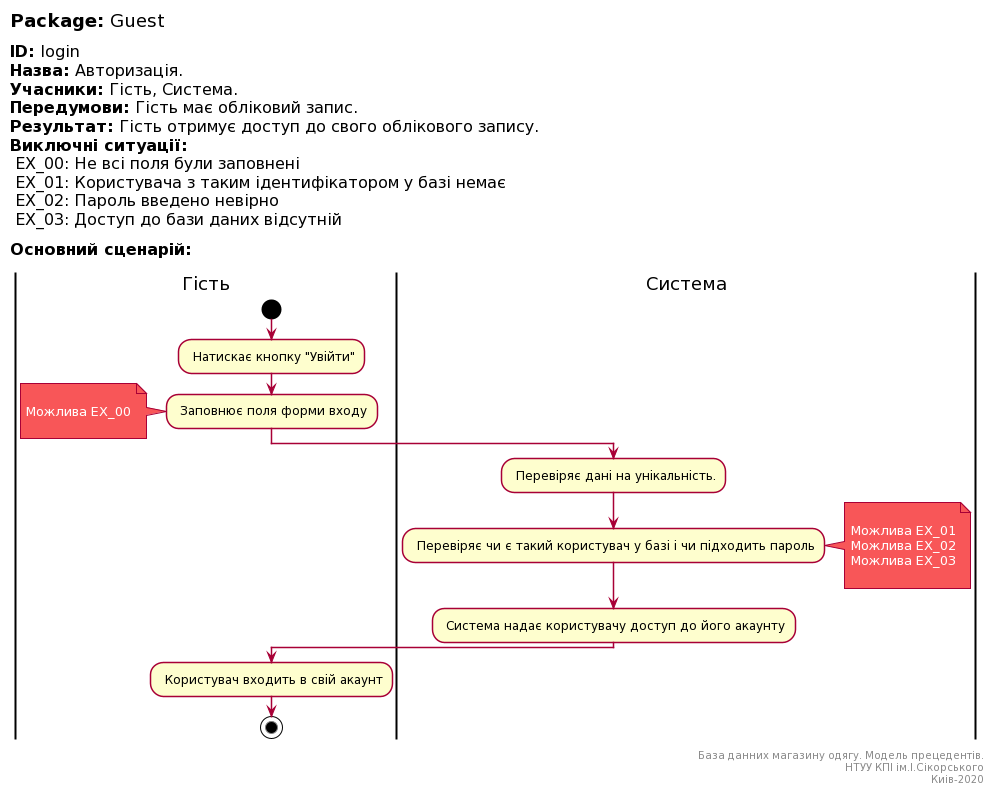
Above: Doc/UMLdiagrams/scenarios/guest/Diagrams/UC-3-Authorization.png in kirilinsane/Team2 (PlantUML), before the change. The source it was exported from:
```plantuml
@startuml
skinparam ArchimateBackgroundColor #ffffff
skinparam	shadowing false
skinparam Note {
	BackgroundColor #f85658
	FontColor #ffffff
}

left header
<font color=000 size=18><b>Package:</b> Guest

<font color=000 size=16><b>ID:</b> login
<font color=000 size=16><b>Назва:</b> Авторизація.
<font color=000 size=16><b>Учасники:</b> Гість, Система.
<font color=000 size=16><b>Передумови:</b> Гість має обліковий запис.
<font color=000 size=16><b>Результат:</b> Гість отримує доступ до свого облікового запису.
<font color=000 size=16><b>Виключні ситуації:</b>
<font color=000 size=16> EX_00: Не всі поля були заповнені
<font color=000 size=16> EX_01: Користувача з таким ідентифікатором у базі немає
<font color=000 size=16> EX_02: Пароль введено невірно
<font color=000 size=16> EX_03: Доступ до бази даних відсутній

<font color=000 size=16><b>Основний сценарій:</b>

end header

|Гість|
start
: Натискає кнопку "Увійти";

: Заповнює поля форми входу;
note left

	Можлива EX_00

end note

|Система|

: Перевіряє дані на унікальність.;

: Перевіряє чи є такий користувач у базі і чи підходить пароль;

note right

	Можлива EX_01
	Можлива EX_02
	Можлива EX_03

end note

: Система надає користувачу доступ до його акаунту;

|Гість|

: Користувач входить в свій акаунт;

stop;

right footer

База данних магазину одягу. Модель прецедентів.
НТУУ КПІ ім.І.Сікорського
Киів-2020
end footer
@enduml
```
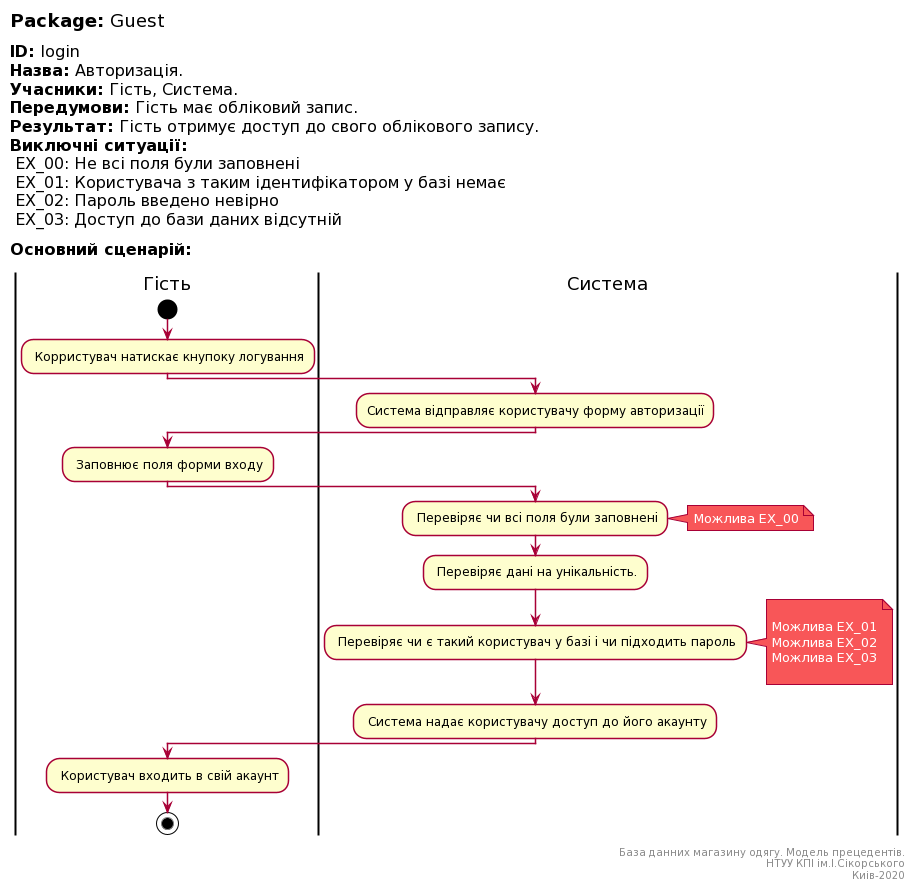
The same file after the commit.

The edit, as a diff of the source:
```diff
@@ -26,17 +26,18 @@
 
 |Гість|
 start
-: Натискає кнопку "Увійти";
+: Корристувач натискає кнупоку логування;
+|Система|
+:Система відправляє користувачу форму авторизації;
 
+|Гість|
 : Заповнює поля форми входу;
-note left
-
-	Можлива EX_00
-
-end note
 
 |Система|
-
+: Перевіряє чи всі поля були заповнені;
+note right
+        Можлива EX_00
+end note
 : Перевіряє дані на унікальність.;
 
 : Перевіряє чи є такий користувач у базі і чи підходить пароль;
```
